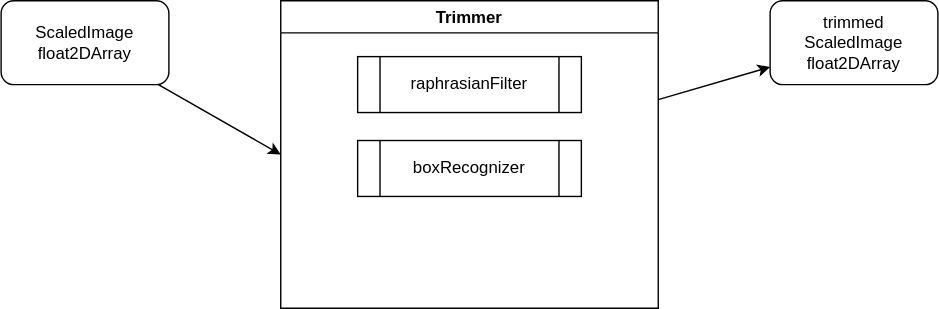
The draw.io diagram ImgTrimmer.drawio.svg in nawaday-code/Protector_controller, before a commit. Source tidied: cells renumbered, new cells last; positions are measured from the earlier drawing's top-left corner, leaving out a move shared by most shapes. The source it was exported from:
```xml
<mxGraphModel>
  <root>
    <mxCell id="0" />
    <mxCell id="1" parent="0" />
    <mxCell id="2" style="edgeStyle=none;html=1;" parent="1" edge="1" source="3" target="8">
      <mxGeometry relative="1" as="geometry" />
    </mxCell>
    <mxCell id="3" value="Trimmer" style="swimlane;" parent="1" vertex="1">
      <mxGeometry x="200" width="270" height="220" as="geometry" />
    </mxCell>
    <mxCell id="4" value="raphrasianFilter" style="shape=process;whiteSpace=wrap;html=1;backgroundOutline=1;" parent="3" vertex="1">
      <mxGeometry x="55" y="40" width="160" height="40" as="geometry" />
    </mxCell>
    <mxCell id="5" value="boxRecognizer" style="shape=process;whiteSpace=wrap;html=1;backgroundOutline=1;" parent="3" vertex="1">
      <mxGeometry x="55" y="100" width="160" height="40" as="geometry" />
    </mxCell>
    <mxCell id="6" style="edgeStyle=none;html=1;entryX=0;entryY=0.5;entryDx=0;entryDy=0;" parent="1" edge="1" source="7" target="3">
      <mxGeometry relative="1" as="geometry" />
    </mxCell>
    <mxCell id="7" value="ScaledImage&lt;br&gt;float2DArray" style="rounded=1;whiteSpace=wrap;html=1;" parent="1" vertex="1">
      <mxGeometry width="120" height="60" as="geometry" />
    </mxCell>
    <mxCell id="8" value="trimmed&lt;br&gt;ScaledImage&lt;br&gt;float2DArray" style="rounded=1;whiteSpace=wrap;html=1;" parent="1" vertex="1">
      <mxGeometry x="550" width="120" height="60" as="geometry" />
    </mxCell>
  </root>
</mxGraphModel>
```
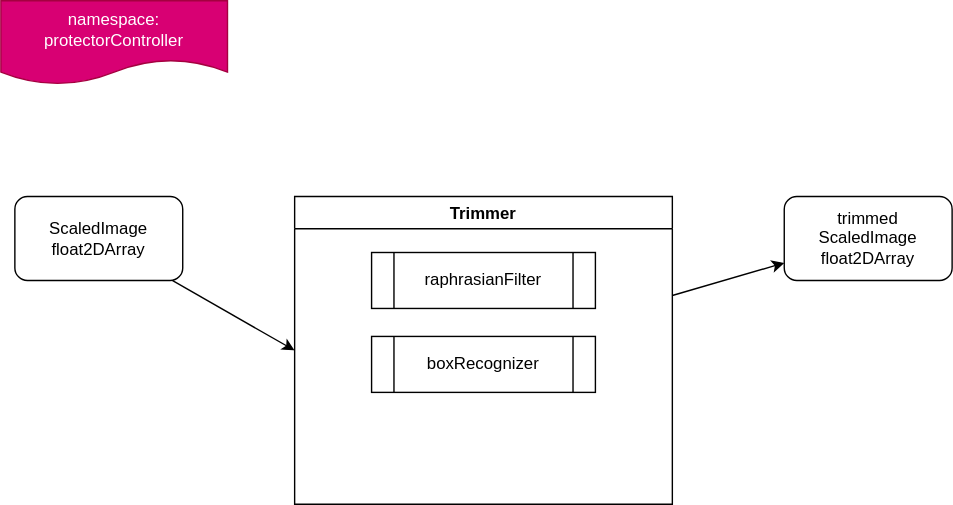
Above is the later version.

Diff of the diagram source:
```diff
@@ -23,5 +23,8 @@
     <mxCell id="8" value="trimmed&lt;br&gt;ScaledImage&lt;br&gt;float2DArray" style="rounded=1;whiteSpace=wrap;html=1;" parent="1" vertex="1">
       <mxGeometry x="550" width="120" height="60" as="geometry" />
     </mxCell>
+    <mxCell id="9" value="namespace:&lt;br&gt;protectorController" style="shape=document;whiteSpace=wrap;html=1;boundedLbl=1;fontFamily=Helvetica;fontSize=12;fontColor=#ffffff;align=center;strokeColor=#A50040;fillColor=#d80073;" parent="1" vertex="1">
+      <mxGeometry x="-10" y="-140" width="162" height="60" as="geometry" />
+    </mxCell>
   </root>
 </mxGraphModel>
```
